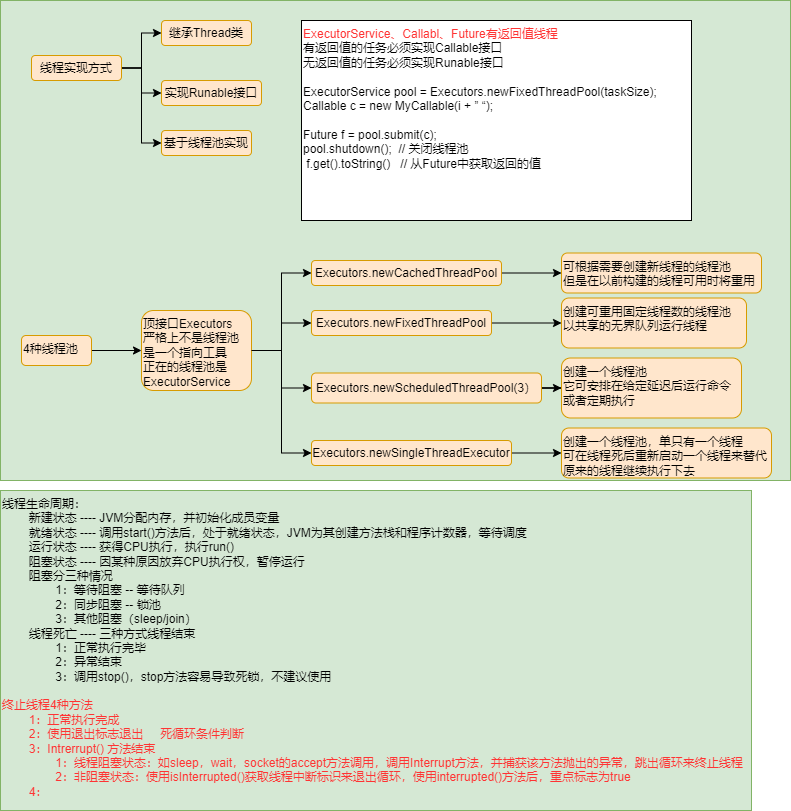
This is java/JUC并发编程.png from lore-study/java-picture-bed, a draw.io export, as it was before one commit. Source tidied: cells renumbered, new cells last; positions are measured from the earlier drawing's top-left corner, leaving out a move shared by most shapes.
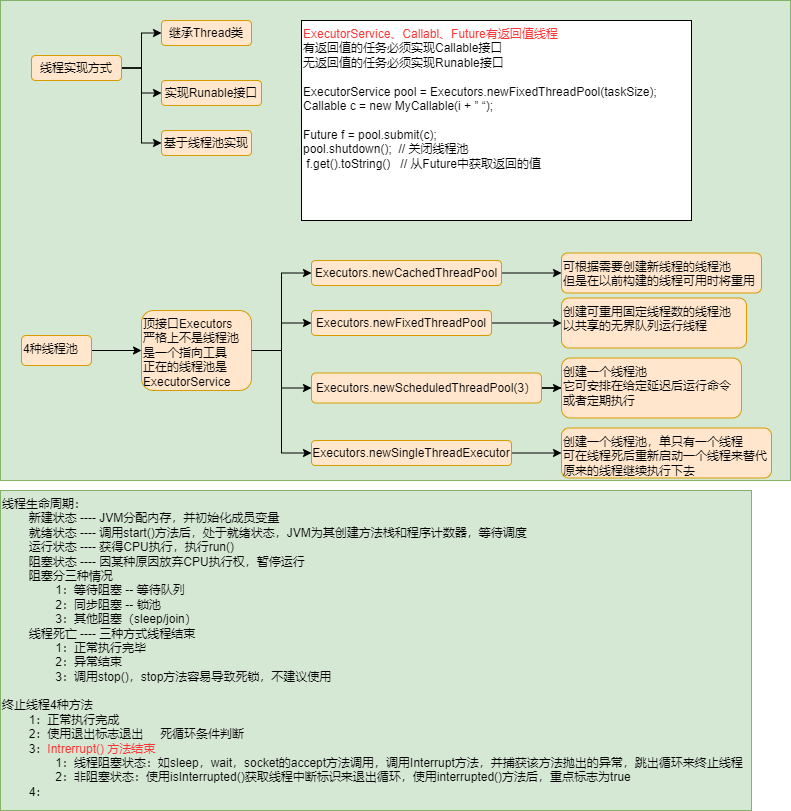
Later version of the same file.

Commit message:
更新JUC并发编程.png

Diff of the diagram source:
```diff
@@ -86,7 +86,7 @@
     <mxCell id="29" value="4种线程池" style="rounded=1;whiteSpace=wrap;html=1;fillColor=#ffe6cc;strokeColor=#d79b00;align=left;verticalAlign=top;" parent="1" vertex="1">
       <mxGeometry x="21" y="335" width="70" height="30" as="geometry" />
     </mxCell>
-    <mxCell id="30" value="线程生命周期：&lt;br&gt;&lt;span&gt;&#9;&lt;/span&gt;&lt;span style=&quot;white-space: pre&quot;&gt;&#9;&lt;/span&gt;新建状态 ---- JVM分配内存，并初始化成员变量&lt;br&gt;&lt;span&gt;&#9;&lt;/span&gt;&lt;span style=&quot;white-space: pre&quot;&gt;&#9;&lt;/span&gt;就绪状态 ---- 调用start()方法后，处于就绪状态，JVM为其创建方法栈和程序计数器，等待调度&lt;br&gt;&lt;span&gt;&#9;&lt;/span&gt;&lt;span style=&quot;white-space: pre&quot;&gt;&#9;&lt;/span&gt;运行状态 ---- 获得CPU执行，执行run()&lt;br&gt;&lt;span&gt;&#9;&lt;/span&gt;&lt;span style=&quot;white-space: pre&quot;&gt;&#9;&lt;/span&gt;阻塞状态 ---- 因某种原因放弃CPU执行权，暂停运行&lt;br&gt;&lt;span&gt;&#9;&lt;/span&gt;&lt;span&gt;&#9;&lt;/span&gt;&lt;span style=&quot;white-space: pre&quot;&gt;&#9;&lt;/span&gt;阻塞分三种情况&lt;br&gt;&lt;span&gt;&#9;&lt;/span&gt;&lt;span&gt;&#9;&lt;/span&gt;&lt;span&gt;&#9;&lt;/span&gt;&lt;span style=&quot;white-space: pre&quot;&gt;&#9;&lt;span style=&quot;white-space: pre&quot;&gt;&#9;&lt;/span&gt;&lt;/span&gt;1：等待阻塞 -- 等待队列&lt;br&gt;&lt;span&gt;&#9;&lt;/span&gt;&lt;span&gt;&#9;&lt;/span&gt;&lt;span&gt;&#9;&lt;/span&gt;&lt;span style=&quot;white-space: pre&quot;&gt;&#9;&lt;span style=&quot;white-space: pre&quot;&gt;&#9;&lt;/span&gt;&lt;/span&gt;2：同步阻塞 -- 锁池&lt;br&gt;&lt;span&gt;&#9;&lt;/span&gt;&lt;span&gt;&#9;&lt;/span&gt;&lt;span&gt;&#9;&lt;/span&gt;&lt;span style=&quot;white-space: pre&quot;&gt;&#9;&lt;span style=&quot;white-space: pre&quot;&gt;&#9;&lt;/span&gt;&lt;/span&gt;3：其他阻塞（sleep/join）&lt;br&gt;&lt;span&gt;&#9;&lt;/span&gt;&lt;span style=&quot;white-space: pre&quot;&gt;&#9;&lt;/span&gt;线程死亡 ---- 三种方式线程结束&lt;br&gt;&lt;span&gt;&#9;&lt;/span&gt;&lt;span&gt;&#9;&lt;/span&gt;&lt;span style=&quot;white-space: pre&quot;&gt;&#9;&lt;span style=&quot;white-space: pre&quot;&gt;&#9;&lt;/span&gt;&lt;/span&gt;1：正常执行完毕&lt;br&gt;&lt;span&gt;&#9;&lt;/span&gt;&lt;span&gt;&#9;&lt;/span&gt;&lt;span style=&quot;white-space: pre&quot;&gt;&#9;&lt;span style=&quot;white-space: pre&quot;&gt;&#9;&lt;/span&gt;&lt;/span&gt;2：异常结束&lt;br&gt;&lt;span&gt;&#9;&lt;/span&gt;&lt;span&gt;&#9;&lt;/span&gt;&lt;span style=&quot;white-space: pre&quot;&gt;&#9;&lt;span style=&quot;white-space: pre&quot;&gt;&#9;&lt;/span&gt;&lt;/span&gt;3：调用stop()，stop方法容易导致死锁，不建议使用&lt;br&gt;&lt;br&gt;&lt;font color=&quot;#ff3333&quot;&gt;终止线程4种方法&lt;br&gt;&lt;span&gt;&#9;&lt;/span&gt;&lt;span style=&quot;white-space: pre&quot;&gt;&#9;&lt;/span&gt;1：正常执行完成&lt;br&gt;&lt;span&gt;&#9;&lt;/span&gt;&lt;span style=&quot;white-space: pre&quot;&gt;&#9;&lt;/span&gt;2：使用退出标志退出&amp;nbsp; &amp;nbsp; &amp;nbsp;死循环条件判断&lt;br&gt;&lt;span&gt;&#9;&lt;/span&gt;&lt;span style=&quot;white-space: pre&quot;&gt;&#9;&lt;/span&gt;3：Intrerrupt() 方法结束&lt;br&gt;&lt;span&gt;&#9;&lt;/span&gt;&lt;span&gt;&#9;&lt;/span&gt;&lt;span style=&quot;white-space: pre&quot;&gt;&#9;&lt;/span&gt;&lt;span style=&quot;white-space: pre&quot;&gt;&#9;&lt;/span&gt;1：线程阻塞状态：如sleep，wait，socket的accept方法调用，调用Interrupt方法，并捕获该方法抛出的异常，跳出循环来终止线程&lt;br&gt;&lt;span&gt;&#9;&lt;/span&gt;&lt;span&gt;&#9;&lt;/span&gt;&lt;span style=&quot;white-space: pre&quot;&gt;&#9;&lt;/span&gt;&lt;span style=&quot;white-space: pre&quot;&gt;&#9;&lt;/span&gt;2：非阻塞状态：使用isInterrupted()获取线程中断标识来退出循环，使用interrupted()方法后，重点标志为true&lt;br&gt;&lt;span&gt;&#9;&lt;/span&gt;&lt;span style=&quot;white-space: pre&quot;&gt;&#9;&lt;/span&gt;4：&lt;br&gt;&lt;/font&gt;" style="rounded=0;whiteSpace=wrap;html=1;align=left;verticalAlign=top;fillColor=#d5e8d4;strokeColor=#82b366;" parent="1" vertex="1">
+    <mxCell id="30" value="线程生命周期：&lt;br&gt;&lt;span&gt;&#9;&lt;/span&gt;&lt;span style=&quot;white-space: pre&quot;&gt;&#9;&lt;/span&gt;新建状态 ---- JVM分配内存，并初始化成员变量&lt;br&gt;&lt;span&gt;&#9;&lt;/span&gt;&lt;span style=&quot;white-space: pre&quot;&gt;&#9;&lt;/span&gt;就绪状态 ---- 调用start()方法后，处于就绪状态，JVM为其创建方法栈和程序计数器，等待调度&lt;br&gt;&lt;span&gt;&#9;&lt;/span&gt;&lt;span style=&quot;white-space: pre&quot;&gt;&#9;&lt;/span&gt;运行状态 ---- 获得CPU执行，执行run()&lt;br&gt;&lt;span&gt;&#9;&lt;/span&gt;&lt;span style=&quot;white-space: pre&quot;&gt;&#9;&lt;/span&gt;阻塞状态 ---- 因某种原因放弃CPU执行权，暂停运行&lt;br&gt;&lt;span&gt;&#9;&lt;/span&gt;&lt;span&gt;&#9;&lt;/span&gt;&lt;span style=&quot;white-space: pre&quot;&gt;&#9;&lt;/span&gt;阻塞分三种情况&lt;br&gt;&lt;span&gt;&#9;&lt;/span&gt;&lt;span&gt;&#9;&lt;/span&gt;&lt;span&gt;&#9;&lt;/span&gt;&lt;span style=&quot;white-space: pre&quot;&gt;&#9;&lt;span style=&quot;white-space: pre&quot;&gt;&#9;&lt;/span&gt;&lt;/span&gt;1：等待阻塞 -- 等待队列&lt;br&gt;&lt;span&gt;&#9;&lt;/span&gt;&lt;span&gt;&#9;&lt;/span&gt;&lt;span&gt;&#9;&lt;/span&gt;&lt;span style=&quot;white-space: pre&quot;&gt;&#9;&lt;span style=&quot;white-space: pre&quot;&gt;&#9;&lt;/span&gt;&lt;/span&gt;2：同步阻塞 -- 锁池&lt;br&gt;&lt;span&gt;&#9;&lt;/span&gt;&lt;span&gt;&#9;&lt;/span&gt;&lt;span&gt;&#9;&lt;/span&gt;&lt;span style=&quot;white-space: pre&quot;&gt;&#9;&lt;span style=&quot;white-space: pre&quot;&gt;&#9;&lt;/span&gt;&lt;/span&gt;3：其他阻塞（sleep/join）&lt;br&gt;&lt;span&gt;&#9;&lt;/span&gt;&lt;span style=&quot;white-space: pre&quot;&gt;&#9;&lt;/span&gt;线程死亡 ---- 三种方式线程结束&lt;br&gt;&lt;span&gt;&#9;&lt;/span&gt;&lt;span&gt;&#9;&lt;/span&gt;&lt;span style=&quot;white-space: pre&quot;&gt;&#9;&lt;span style=&quot;white-space: pre&quot;&gt;&#9;&lt;/span&gt;&lt;/span&gt;1：正常执行完毕&lt;br&gt;&lt;span&gt;&#9;&lt;/span&gt;&lt;span&gt;&#9;&lt;/span&gt;&lt;span style=&quot;white-space: pre&quot;&gt;&#9;&lt;span style=&quot;white-space: pre&quot;&gt;&#9;&lt;/span&gt;&lt;/span&gt;2：异常结束&lt;br&gt;&lt;span&gt;&#9;&lt;/span&gt;&lt;span&gt;&#9;&lt;/span&gt;&lt;span style=&quot;white-space: pre&quot;&gt;&#9;&lt;span style=&quot;white-space: pre&quot;&gt;&#9;&lt;/span&gt;&lt;/span&gt;3：调用stop()，stop方法容易导致死锁，不建议使用&lt;br&gt;&lt;br&gt;终止线程4种方法&lt;br&gt;&#9;&lt;span style=&quot;white-space: pre&quot;&gt;&#9;&lt;/span&gt;1：正常执行完成&lt;br&gt;&#9;&lt;span style=&quot;white-space: pre&quot;&gt;&#9;&lt;/span&gt;2：使用退出标志退出&amp;nbsp; &amp;nbsp; &amp;nbsp;死循环条件判断&lt;br&gt;&#9;&lt;span style=&quot;white-space: pre&quot;&gt;&#9;&lt;/span&gt;3：&lt;font color=&quot;#ff3333&quot;&gt;Intrerrupt() 方法结束&lt;/font&gt;&lt;br&gt;&#9;&#9;&lt;span style=&quot;white-space: pre&quot;&gt;&#9;&lt;/span&gt;&lt;span style=&quot;white-space: pre&quot;&gt;&#9;&lt;/span&gt;1：线程阻塞状态：如sleep，wait，socket的accept方法调用，调用Interrupt方法，并捕获该方法抛出的异常，跳出循环来终止线程&lt;br&gt;&#9;&#9;&lt;span style=&quot;white-space: pre&quot;&gt;&#9;&lt;/span&gt;&lt;span style=&quot;white-space: pre&quot;&gt;&#9;&lt;/span&gt;2：非阻塞状态：使用isInterrupted()获取线程中断标识来退出循环，使用interrupted()方法后，重点标志为true&lt;br&gt;&#9;&lt;span style=&quot;white-space: pre&quot;&gt;&#9;&lt;/span&gt;4：" style="rounded=0;whiteSpace=wrap;html=1;align=left;verticalAlign=top;fillColor=#d5e8d4;strokeColor=#82b366;" parent="1" vertex="1">
       <mxGeometry y="490" width="751" height="320" as="geometry" />
     </mxCell>
   </root>
```
